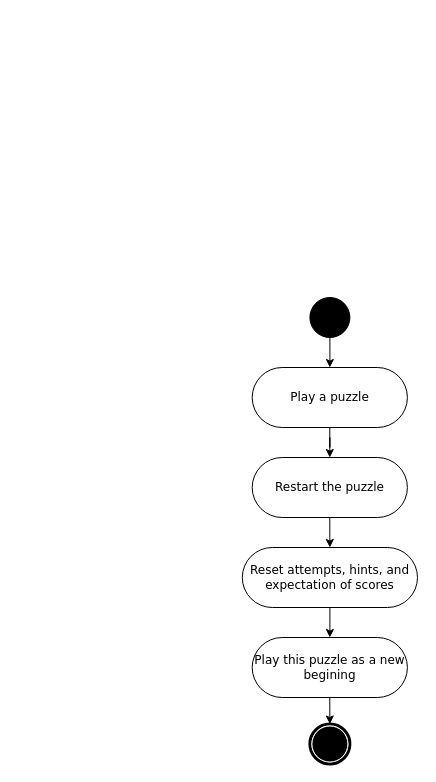
The draw.io diagram restart current puzzle.drawio in maxinimize/uml, before the edit. Source tidied: cells renumbered, new cells numbered last; positions are measured from the earlier drawing's top-left corner, leaving out a move shared by most shapes. Both pictures are drawn from the tidied source at 100%, with x=0, y=0 at pixel (242, 297).
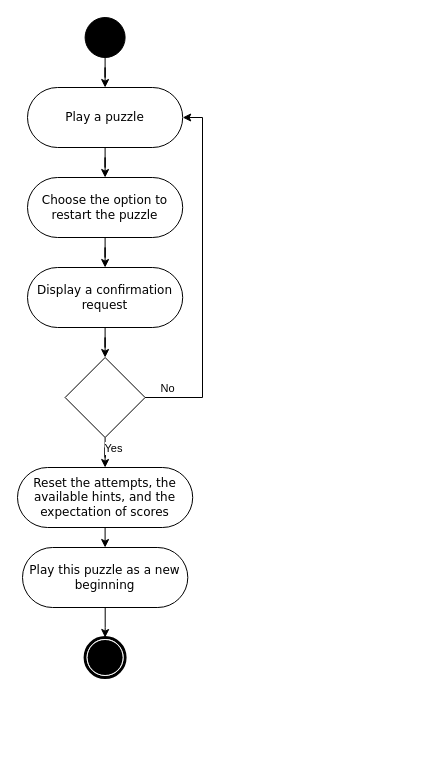
The same page after the edit.

Diff of the diagram source:
```diff
@@
     <mxCell id="3" style="ellipse;whiteSpace=wrap;html=1;rounded=0;shadow=0;comic=0;labelBackgroundColor=none;strokeWidth=1;fillColor=#000000;fontFamily=Verdana;fontSize=12;align=center;" parent="1" vertex="1">
-      <mxGeometry x="67.4" width="40" height="40" as="geometry" />
+      <mxGeometry x="-157.4" y="-280" width="40" height="40" as="geometry" />
     </mxCell>
     <mxCell id="4" style="shape=mxgraph.bpmn.shape;html=1;verticalLabelPosition=bottom;labelBackgroundColor=#ffffff;verticalAlign=top;perimeter=ellipsePerimeter;outline=end;symbol=terminate;rounded=0;shadow=0;comic=0;strokeWidth=1;fontFamily=Verdana;fontSize=12;align=center;" parent="1" vertex="1">
-      <mxGeometry x="67.4" y="426.5" width="40" height="40" as="geometry" />
+      <mxGeometry x="-157.4" y="340" width="40" height="40" as="geometry" />
     </mxCell>
@@
     <mxCell id="6" value="Play a puzzle" style="rounded=1;whiteSpace=wrap;html=1;shadow=0;comic=0;labelBackgroundColor=none;strokeWidth=1;fontFamily=Verdana;fontSize=12;align=center;arcSize=50;" parent="1" vertex="1">
-      <mxGeometry x="9.7" y="70" width="155.2" height="60" as="geometry" />
+      <mxGeometry x="-215" y="-210" width="155.2" height="60" as="geometry" />
     </mxCell>
-    <mxCell id="7" style="edgeStyle=orthogonalEdgeStyle;rounded=0;jettySize=auto;html=1;" parent="1" edge="1" source="8">
-      <mxGeometry relative="1" as="geometry">
-        <mxPoint x="87.4" y="250" as="targetPoint" />
-      </mxGeometry>
-    </mxCell>
+    <mxCell id="13" style="edgeStyle=orthogonalEdgeStyle;rounded=0;jettySize=auto;html=1;" parent="1" edge="1" source="8" target="20">
+      <mxGeometry relative="1" as="geometry" />
+    </mxCell>
-    <mxCell id="8" value="Restart the puzzle" style="rounded=1;whiteSpace=wrap;html=1;shadow=0;comic=0;labelBackgroundColor=none;strokeWidth=1;fontFamily=Verdana;fontSize=12;align=center;arcSize=50;" parent="1" vertex="1">
-      <mxGeometry x="9.7" y="160" width="155.2" height="60" as="geometry" />
+    <mxCell id="8" value="Choose the option to restart the puzzle" style="rounded=1;whiteSpace=wrap;html=1;shadow=0;comic=0;labelBackgroundColor=none;strokeWidth=1;fontFamily=Verdana;fontSize=12;align=center;arcSize=50;" parent="1" vertex="1">
+      <mxGeometry x="-215" y="-120" width="155.2" height="60" as="geometry" />
     </mxCell>
@@
-    <mxCell id="10" value="Reset attempts, hints, and expectation of scores" style="rounded=1;whiteSpace=wrap;html=1;shadow=0;comic=0;labelBackgroundColor=none;strokeWidth=1;fontFamily=Verdana;fontSize=12;align=center;arcSize=50;" parent="1" vertex="1">
-      <mxGeometry x="-0.2" y="250" width="175.2" height="60" as="geometry" />
+    <mxCell id="10" value="Reset the attempts, the available hints, and the expectation of scores" style="rounded=1;whiteSpace=wrap;html=1;shadow=0;comic=0;labelBackgroundColor=none;strokeWidth=1;fontFamily=Verdana;fontSize=12;align=center;arcSize=50;" parent="1" vertex="1">
+      <mxGeometry x="-225" y="170" width="175.2" height="60" as="geometry" />
     </mxCell>
@@
-    <mxCell id="12" value="Play this puzzle as a new begining" style="rounded=1;whiteSpace=wrap;html=1;shadow=0;comic=0;labelBackgroundColor=none;strokeWidth=1;fontFamily=Verdana;fontSize=12;align=center;arcSize=50;" parent="1" vertex="1">
-      <mxGeometry x="9.7" y="340" width="155.2" height="60" as="geometry" />
+    <mxCell id="12" value="Play this puzzle as a new beginning" style="rounded=1;whiteSpace=wrap;html=1;shadow=0;comic=0;labelBackgroundColor=none;strokeWidth=1;fontFamily=Verdana;fontSize=12;align=center;arcSize=50;" parent="1" vertex="1">
+      <mxGeometry x="-220" y="250" width="165.3" height="60" as="geometry" />
     </mxCell>
+    <mxCell id="14" style="edgeStyle=orthogonalEdgeStyle;rounded=0;jettySize=auto;html=1;entryX=1;entryY=0.5;entryDx=0;entryDy=0;" parent="1" edge="1" source="18" target="6">
+      <mxGeometry relative="1" as="geometry">
+        <Array as="points">
+          <mxPoint x="-40" y="100" />
+          <mxPoint x="-40" y="-180" />
+        </Array>
+      </mxGeometry>
+    </mxCell>
+    <mxCell id="15" value="No" style="edgeLabel;html=1;align=center;verticalAlign=middle;" parent="14" vertex="1">
+      <mxGeometry x="-0.91" y="1" relative="1" as="geometry">
+        <mxPoint x="6" y="-9" as="offset" />
+      </mxGeometry>
+    </mxCell>
+    <mxCell id="16" style="edgeStyle=orthogonalEdgeStyle;rounded=0;jettySize=auto;html=1;" parent="1" edge="1" source="18" target="10">
+      <mxGeometry relative="1" as="geometry" />
+    </mxCell>
+    <mxCell id="17" value="Yes" style="edgeLabel;html=1;align=center;verticalAlign=middle;" parent="16" vertex="1">
+      <mxGeometry x="-0.68" y="1" relative="1" as="geometry">
+        <mxPoint x="7" y="2" as="offset" />
+      </mxGeometry>
+    </mxCell>
+    <mxCell id="18" style="rhombus;whiteSpace=wrap;html=1;" parent="1" vertex="1">
+      <mxGeometry x="-177.4" y="60" width="80" height="80" as="geometry" />
+    </mxCell>
+    <mxCell id="19" style="edgeStyle=orthogonalEdgeStyle;rounded=0;jettySize=auto;html=1;" parent="1" edge="1" source="20" target="18">
+      <mxGeometry relative="1" as="geometry" />
+    </mxCell>
+    <mxCell id="20" value="Display a confirmation request" style="rounded=1;whiteSpace=wrap;html=1;shadow=0;comic=0;labelBackgroundColor=none;strokeWidth=1;fontFamily=Verdana;fontSize=12;align=center;arcSize=50;" parent="1" vertex="1">
+      <mxGeometry x="-215" y="-30" width="155.2" height="60" as="geometry" />
+    </mxCell>
```
